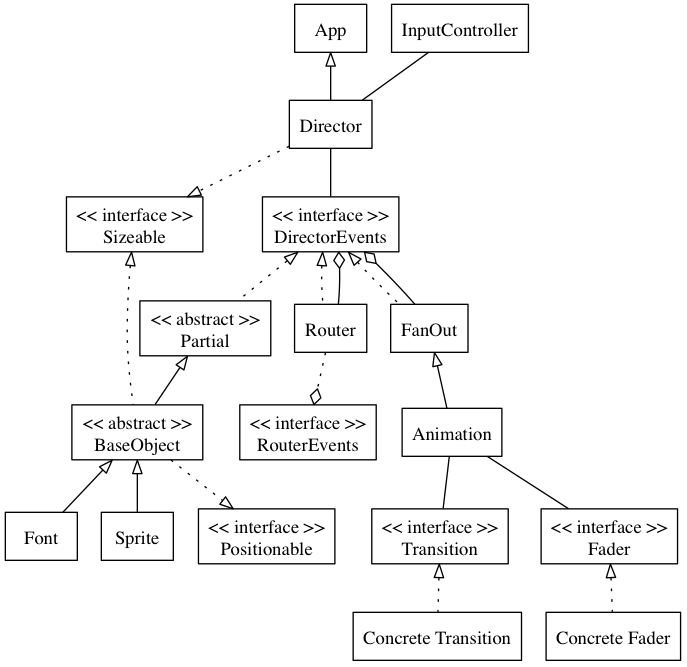
Before: docs/class_diagram.png, a diagram exported from Graphviz (michaelcontento/bono). Its source is kept beside it as docs/class_diagram.dot.
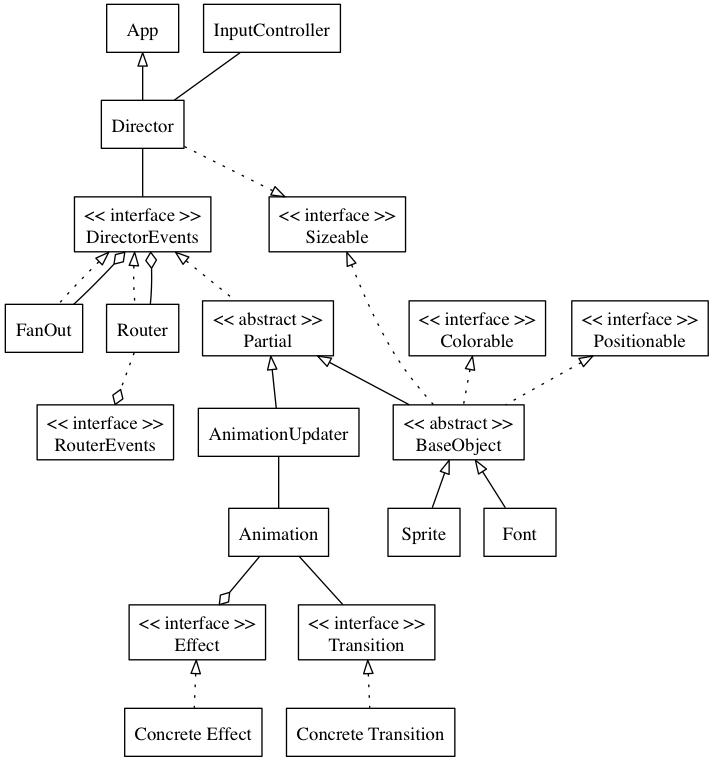
The same diagram one commit later.

Commit message:
Keep class_diagram up-to-date

The edit, as a diff of the source:
```diff
@@ -5,7 +5,7 @@
         edge [dir=back, arrowtail=onormal]
         App -> Director [weight=8]
         Partial -> BaseObject
-        FanOut -> Animation
+        Partial -> AnimationUpdater
         BaseObject -> Font
         BaseObject -> Sprite
     }
@@ -13,6 +13,7 @@
     subgraph aggregations {
         edge [arrowhead=odiamond]
         FanOut -> DirectorEvents
+        Animation -> Effect
         Router -> DirectorEvents
         Router -> RouterEvents [style=dotted]
     }
@@ -21,8 +22,8 @@
         edge [arrowhead=none]
         Director -> DirectorEvents [weight=8]
         Director -> InputController [constraint=false]
-        Animation -> Fader
         Animation -> Transition
+        AnimationUpdater -> Animation
     }
 
     subgraph implements {
@@ -31,20 +32,22 @@
         DirectorEvents -> Partial
         DirectorEvents -> Router
         Sizeable -> BaseObject
-        BaseObject -> Positionable [dir=normal]
+        Colorable -> BaseObject
+        Positionable -> BaseObject
         Director -> Sizeable [dir=normal]
-        Fader -> ConcreteFader
+        Effect -> ConcreteEffect
         Transition -> ConcreteTransition
     }
 
     ConcreteTransition [label="Concrete Transition"]
-    ConcreteFader [label="Concrete Fader"]
+    ConcreteEffect [label="Concrete Effect"]
     BaseObject [label="<< abstract >>\nBaseObject"]
     DirectorEvents [label="<< interface >>\nDirectorEvents"]
-    Fader [label="<< interface >>\nFader"]
+    Effect [label="<< interface >>\nEffect"]
     Partial [label="<< abstract >>\nPartial"]
     Positionable [label="<< interface >>\nPositionable"]
     RouterEvents [label="<< interface >>\nRouterEvents"]
     Sizeable [label="<< interface >>\nSizeable"]
+    Colorable [label="<< interface >>\nColorable"]
     Transition [label="<< interface >>\nTransition"]
 }
```
